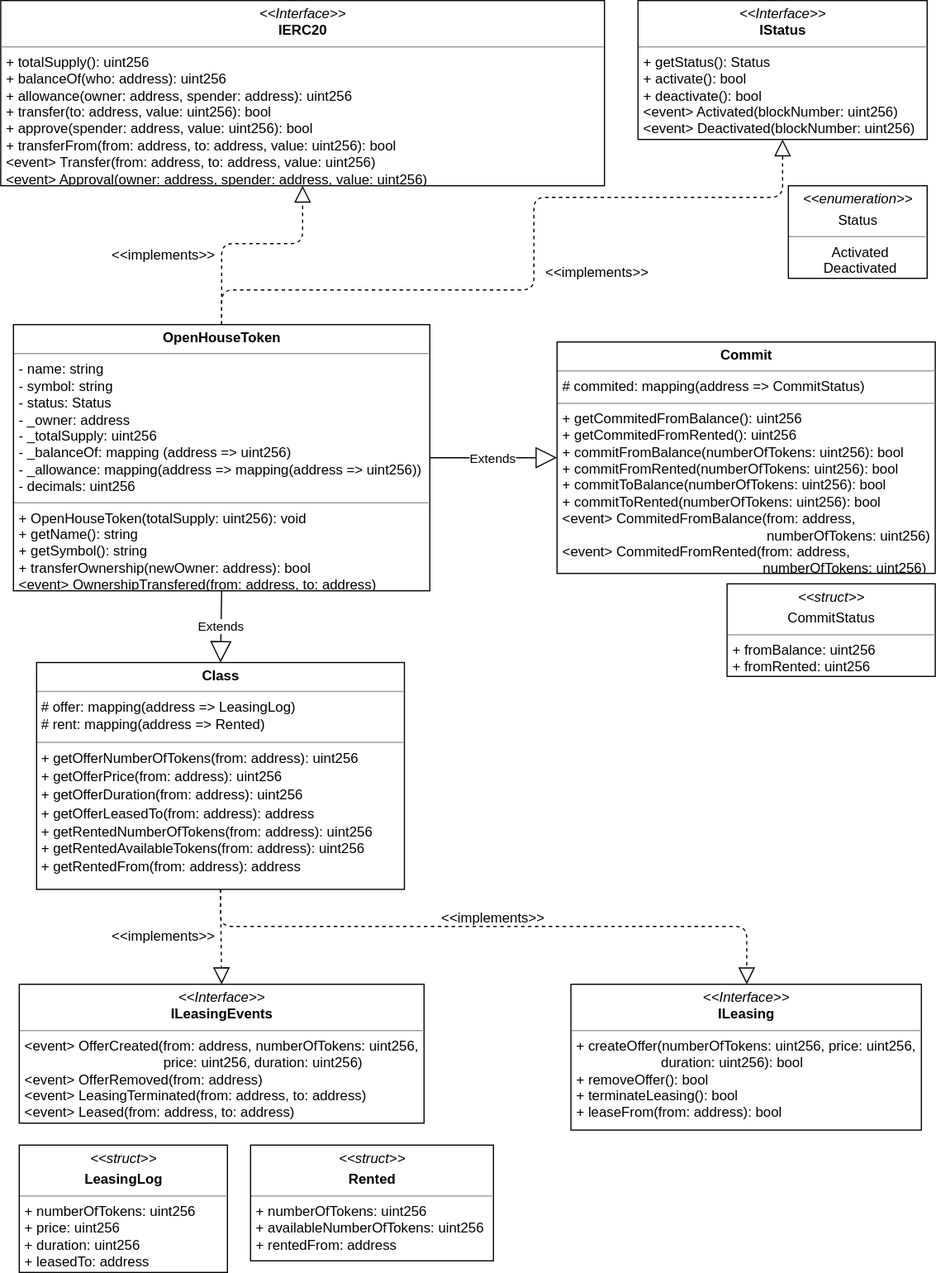
gkamtzir/Ethereum-ICO-Diploma-Thesis keeps this draw.io diagram as uml/OpenHouseToken/OpenHouseToken.svg. Above is the earlier version. Source tidied: cells renumbered, new cells last; positions are measured from the earlier drawing's top-left corner, leaving out a move shared by most shapes.
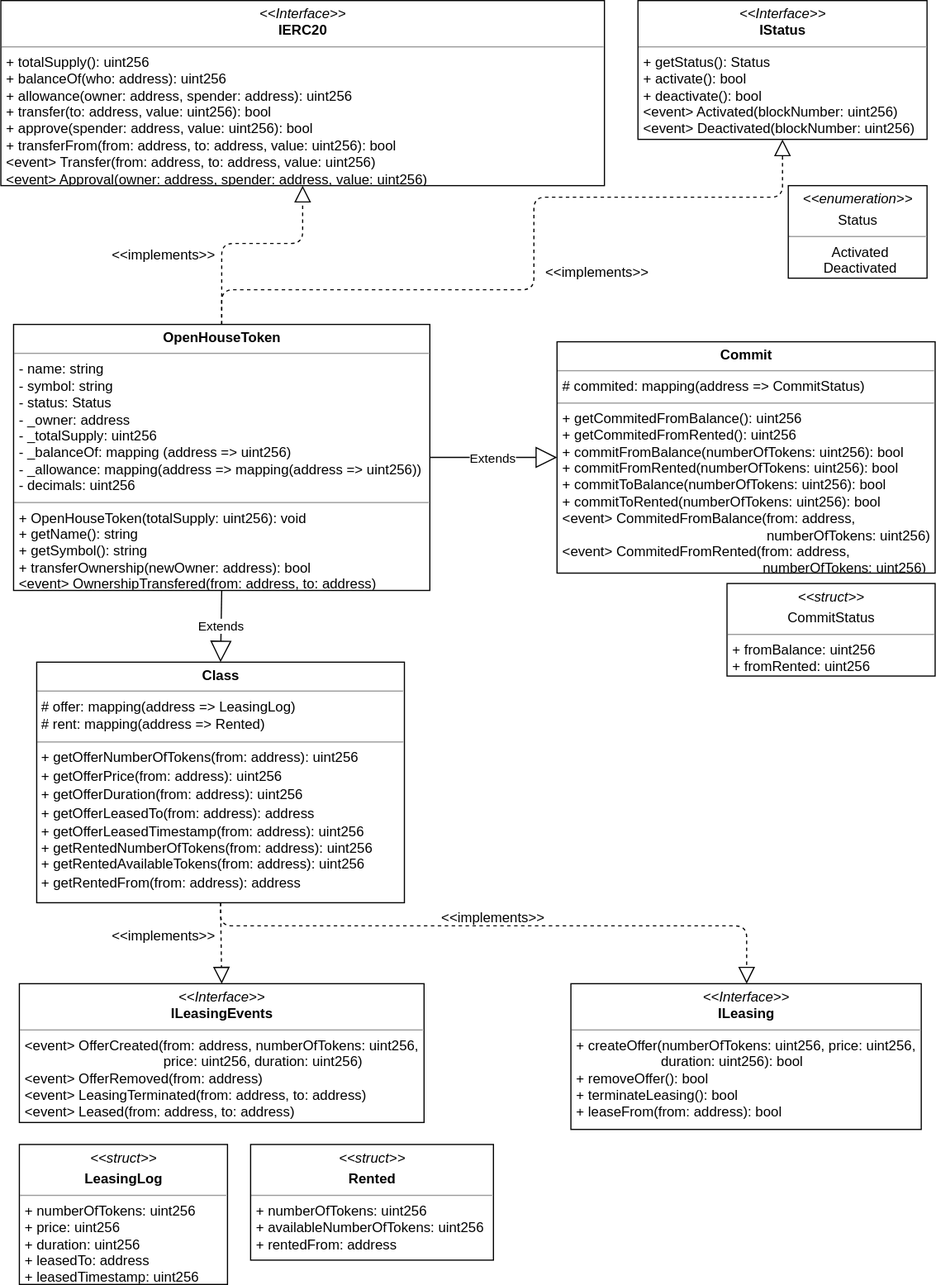
After the commit.

Commit message:
Adjusted the Leasing and LeasingLog class diagrams to the new requirements.

Diff of the diagram source:
```diff
@@ -19,8 +19,8 @@
     <mxCell id="5" value="&lt;&lt;implements&gt;&gt;" style="text;align=center;fontStyle=0;verticalAlign=middle;spacingLeft=3;spacingRight=3;strokeColor=none;" parent="1" vertex="1">
       <mxGeometry x="101" y="207" width="80" height="26" as="geometry" />
     </mxCell>
-    <mxCell id="6" value="&lt;p style=&quot;margin: 0px ; margin-top: 4px ; text-align: center&quot;&gt;&lt;i&gt;&amp;lt;&amp;lt;struct&amp;gt;&amp;gt;&lt;/i&gt;&lt;br&gt;&lt;/p&gt;&lt;p style=&quot;margin: 0px ; margin-top: 4px ; text-align: center&quot;&gt;&lt;b&gt;LeasingLog&lt;/b&gt;&lt;/p&gt;&lt;hr size=&quot;1&quot;&gt;&lt;p style=&quot;margin: 0px ; margin-left: 4px&quot;&gt;+ numberOfTokens: uint256&lt;/p&gt;&lt;p style=&quot;margin: 0px ; margin-left: 4px&quot;&gt;+ price: uint256&lt;/p&gt;&lt;p style=&quot;margin: 0px ; margin-left: 4px&quot;&gt;+ duration: uint256&lt;/p&gt;&lt;p style=&quot;margin: 0px ; margin-left: 4px&quot;&gt;+ leasedTo: address&lt;/p&gt;&lt;p style=&quot;margin: 0px ; margin-left: 4px&quot;&gt;&lt;br&gt;&lt;/p&gt;" style="verticalAlign=top;align=left;overflow=fill;fontSize=12;fontFamily=Helvetica;html=1;" parent="1" vertex="1">
-      <mxGeometry x="16" y="989" width="180" height="110" as="geometry" />
+    <mxCell id="6" value="&lt;p style=&quot;margin: 0px ; margin-top: 4px ; text-align: center&quot;&gt;&lt;i&gt;&amp;lt;&amp;lt;struct&amp;gt;&amp;gt;&lt;/i&gt;&lt;br&gt;&lt;/p&gt;&lt;p style=&quot;margin: 0px ; margin-top: 4px ; text-align: center&quot;&gt;&lt;b&gt;LeasingLog&lt;/b&gt;&lt;/p&gt;&lt;hr size=&quot;1&quot;&gt;&lt;p style=&quot;margin: 0px ; margin-left: 4px&quot;&gt;+ numberOfTokens: uint256&lt;/p&gt;&lt;p style=&quot;margin: 0px ; margin-left: 4px&quot;&gt;+ price: uint256&lt;/p&gt;&lt;p style=&quot;margin: 0px ; margin-left: 4px&quot;&gt;+ duration: uint256&lt;/p&gt;&lt;p style=&quot;margin: 0px ; margin-left: 4px&quot;&gt;+ leasedTo: address&lt;/p&gt;&lt;p style=&quot;margin: 0px ; margin-left: 4px&quot;&gt;+ leasedTimestamp: uint256&lt;/p&gt;&lt;p style=&quot;margin: 0px ; margin-left: 4px&quot;&gt;&lt;br&gt;&lt;/p&gt;" style="verticalAlign=top;align=left;overflow=fill;fontSize=12;fontFamily=Helvetica;html=1;" parent="1" vertex="1">
+      <mxGeometry x="16" y="989" width="180" height="121" as="geometry" />
     </mxCell>
     <mxCell id="7" value="&lt;p style=&quot;margin: 0px ; margin-top: 4px ; text-align: center&quot;&gt;&lt;i&gt;&amp;lt;&amp;lt;Interface&amp;gt;&amp;gt;&lt;/i&gt;&lt;br&gt;&lt;b&gt;ILeasingEvents&lt;/b&gt;&lt;/p&gt;&lt;hr size=&quot;1&quot;&gt;&lt;p style=&quot;margin: 0px ; margin-left: 4px&quot;&gt;&amp;lt;event&amp;gt; OfferCreated(from: address, numberOfTokens: uint256,&lt;/p&gt;&lt;p style=&quot;margin: 0px ; margin-left: 4px&quot;&gt;&amp;nbsp; &amp;nbsp; &amp;nbsp; &amp;nbsp; &amp;nbsp; &amp;nbsp; &amp;nbsp; &amp;nbsp; &amp;nbsp; &amp;nbsp; &amp;nbsp; &amp;nbsp; &amp;nbsp; &amp;nbsp; &amp;nbsp; &amp;nbsp; &amp;nbsp; &amp;nbsp; price: uint256, duration: uint256)&lt;br&gt;&amp;lt;event&amp;gt; OfferRemoved(from: address)&lt;/p&gt;&lt;p style=&quot;margin: 0px ; margin-left: 4px&quot;&gt;&amp;lt;event&amp;gt; LeasingTerminated(from: address, to: address)&lt;/p&gt;&lt;p style=&quot;margin: 0px ; margin-left: 4px&quot;&gt;&amp;lt;event&amp;gt; Leased(from: address, to: address)&lt;/p&gt;" style="verticalAlign=top;align=left;overflow=fill;fontSize=12;fontFamily=Helvetica;html=1;" parent="1" vertex="1">
       <mxGeometry x="16" y="850" width="350" height="120" as="geometry" />
@@ -65,8 +65,8 @@
     <mxCell id="18" value="&lt;&lt;implements&gt;&gt;" style="text;align=center;fontStyle=0;verticalAlign=middle;spacingLeft=3;spacingRight=3;strokeColor=none;" parent="1" vertex="1">
       <mxGeometry x="386" y="780" width="80" height="26" as="geometry" />
     </mxCell>
-    <mxCell id="19" value="&lt;p style=&quot;margin: 0px ; margin-top: 4px ; text-align: center&quot;&gt;&lt;b&gt;Class&lt;/b&gt;&lt;/p&gt;&lt;hr size=&quot;1&quot;&gt;&amp;nbsp;# offer: mapping(address =&amp;gt; LeasingLog)&lt;br&gt;&amp;nbsp;# rent: mapping(address =&amp;gt; Rented)&lt;br&gt;&lt;div style=&quot;height: 2px&quot;&gt;&lt;br&gt;&lt;/div&gt;&lt;hr size=&quot;1&quot;&gt;&lt;div style=&quot;height: 2px&quot;&gt;&amp;nbsp;+ getOfferNumberOfTokens(from: address): uint256&lt;/div&gt;&lt;div style=&quot;height: 2px&quot;&gt;&lt;br&gt;&lt;/div&gt;&lt;div style=&quot;height: 2px&quot;&gt;&lt;br&gt;&lt;/div&gt;&lt;div style=&quot;height: 2px&quot;&gt;&lt;br&gt;&lt;/div&gt;&lt;div style=&quot;height: 2px&quot;&gt;&lt;br&gt;&lt;/div&gt;&lt;div style=&quot;height: 2px&quot;&gt;&lt;br&gt;&lt;/div&gt;&lt;div style=&quot;height: 2px&quot;&gt;&lt;br&gt;&lt;/div&gt;&lt;div style=&quot;height: 2px&quot;&gt;&lt;br&gt;&lt;/div&gt;&lt;div style=&quot;height: 2px&quot;&gt;&amp;nbsp;+ getOfferPrice(from: address): uint256&lt;/div&gt;&lt;div style=&quot;height: 2px&quot;&gt;&lt;br&gt;&lt;/div&gt;&lt;div style=&quot;height: 2px&quot;&gt;&lt;br&gt;&lt;/div&gt;&lt;div style=&quot;height: 2px&quot;&gt;&lt;br&gt;&lt;/div&gt;&lt;div style=&quot;height: 2px&quot;&gt;&lt;br&gt;&lt;/div&gt;&lt;div style=&quot;height: 2px&quot;&gt;&amp;nbsp;&lt;/div&gt;&lt;div style=&quot;height: 2px&quot;&gt;&lt;br&gt;&lt;/div&gt;&lt;div style=&quot;height: 2px&quot;&gt;&lt;br&gt;&lt;/div&gt;&lt;div style=&quot;height: 2px&quot;&gt;&amp;nbsp;+ getOfferDuration(from: address): uint256&lt;/div&gt;&lt;div style=&quot;height: 2px&quot;&gt;&lt;br&gt;&lt;/div&gt;&lt;div style=&quot;height: 2px&quot;&gt;&lt;br&gt;&lt;/div&gt;&lt;div style=&quot;height: 2px&quot;&gt;&lt;br&gt;&lt;/div&gt;&lt;div style=&quot;height: 2px&quot;&gt;&lt;br&gt;&lt;/div&gt;&lt;div style=&quot;height: 2px&quot;&gt;&lt;br&gt;&lt;/div&gt;&lt;div style=&quot;height: 2px&quot;&gt;&amp;nbsp;&lt;/div&gt;&lt;div style=&quot;height: 2px&quot;&gt;&amp;nbsp;&lt;/div&gt;&lt;div style=&quot;height: 2px&quot;&gt;&amp;nbsp;+ getOfferLeasedTo(from: address): address&lt;/div&gt;&lt;div style=&quot;height: 2px&quot;&gt;&lt;br&gt;&lt;/div&gt;&lt;div style=&quot;height: 2px&quot;&gt;&lt;br&gt;&lt;/div&gt;&lt;div style=&quot;height: 2px&quot;&gt;&lt;br&gt;&lt;/div&gt;&lt;div style=&quot;height: 2px&quot;&gt;&lt;br&gt;&lt;/div&gt;&lt;div style=&quot;height: 2px&quot;&gt;&lt;br&gt;&lt;/div&gt;&lt;div style=&quot;height: 2px&quot;&gt;&amp;nbsp;&lt;/div&gt;&lt;div style=&quot;height: 2px&quot;&gt;&amp;nbsp;&lt;/div&gt;&lt;div style=&quot;height: 2px&quot;&gt;&amp;nbsp;+ getRentedNumberOfTokens(from: address): uint256&lt;/div&gt;&lt;div style=&quot;height: 2px&quot;&gt;&lt;br&gt;&lt;/div&gt;&lt;div style=&quot;height: 2px&quot;&gt;&lt;br&gt;&lt;/div&gt;&lt;div style=&quot;height: 2px&quot;&gt;&lt;br&gt;&lt;/div&gt;&lt;div style=&quot;height: 2px&quot;&gt;&lt;br&gt;&lt;/div&gt;&lt;div style=&quot;height: 2px&quot;&gt;&lt;br&gt;&lt;/div&gt;&lt;div style=&quot;height: 2px&quot;&gt;&amp;nbsp;&lt;/div&gt;&lt;div style=&quot;height: 2px&quot;&gt;&amp;nbsp;+ getRentedAvailableTokens(from: address): uint256&lt;/div&gt;&lt;div style=&quot;height: 2px&quot;&gt;&lt;br&gt;&lt;/div&gt;&lt;div style=&quot;height: 2px&quot;&gt;&lt;br&gt;&lt;/div&gt;&lt;div style=&quot;height: 2px&quot;&gt;&lt;br&gt;&lt;/div&gt;&lt;div style=&quot;height: 2px&quot;&gt;&lt;br&gt;&lt;/div&gt;&lt;div style=&quot;height: 2px&quot;&gt;&lt;br&gt;&lt;/div&gt;&lt;div style=&quot;height: 2px&quot;&gt;&lt;br&gt;&lt;/div&gt;&lt;div style=&quot;height: 2px&quot;&gt;&lt;br&gt;&lt;/div&gt;&lt;div style=&quot;height: 2px&quot;&gt;&amp;nbsp;+ getRentedFrom(from: address): address&lt;/div&gt;" style="verticalAlign=top;align=left;overflow=fill;fontSize=12;fontFamily=Helvetica;html=1;" parent="1" vertex="1">
-      <mxGeometry x="31" y="572" width="318" height="196" as="geometry" />
+    <mxCell id="19" value="&lt;p style=&quot;margin: 0px ; margin-top: 4px ; text-align: center&quot;&gt;&lt;b&gt;Class&lt;/b&gt;&lt;/p&gt;&lt;hr size=&quot;1&quot;&gt;&amp;nbsp;# offer: mapping(address =&amp;gt; LeasingLog)&lt;br&gt;&amp;nbsp;# rent: mapping(address =&amp;gt; Rented)&lt;br&gt;&lt;div style=&quot;height: 2px&quot;&gt;&lt;br&gt;&lt;/div&gt;&lt;hr size=&quot;1&quot;&gt;&lt;div style=&quot;height: 2px&quot;&gt;&amp;nbsp;+ getOfferNumberOfTokens(from: address): uint256&lt;/div&gt;&lt;div style=&quot;height: 2px&quot;&gt;&lt;br&gt;&lt;/div&gt;&lt;div style=&quot;height: 2px&quot;&gt;&lt;br&gt;&lt;/div&gt;&lt;div style=&quot;height: 2px&quot;&gt;&lt;br&gt;&lt;/div&gt;&lt;div style=&quot;height: 2px&quot;&gt;&lt;br&gt;&lt;/div&gt;&lt;div style=&quot;height: 2px&quot;&gt;&lt;br&gt;&lt;/div&gt;&lt;div style=&quot;height: 2px&quot;&gt;&lt;br&gt;&lt;/div&gt;&lt;div style=&quot;height: 2px&quot;&gt;&lt;br&gt;&lt;/div&gt;&lt;div style=&quot;height: 2px&quot;&gt;&amp;nbsp;+ getOfferPrice(from: address): uint256&lt;/div&gt;&lt;div style=&quot;height: 2px&quot;&gt;&lt;br&gt;&lt;/div&gt;&lt;div style=&quot;height: 2px&quot;&gt;&lt;br&gt;&lt;/div&gt;&lt;div style=&quot;height: 2px&quot;&gt;&lt;br&gt;&lt;/div&gt;&lt;div style=&quot;height: 2px&quot;&gt;&lt;br&gt;&lt;/div&gt;&lt;div style=&quot;height: 2px&quot;&gt;&amp;nbsp;&lt;/div&gt;&lt;div style=&quot;height: 2px&quot;&gt;&lt;br&gt;&lt;/div&gt;&lt;div style=&quot;height: 2px&quot;&gt;&lt;br&gt;&lt;/div&gt;&lt;div style=&quot;height: 2px&quot;&gt;&amp;nbsp;+ getOfferDuration(from: address): uint256&lt;/div&gt;&lt;div style=&quot;height: 2px&quot;&gt;&lt;br&gt;&lt;/div&gt;&lt;div style=&quot;height: 2px&quot;&gt;&lt;br&gt;&lt;/div&gt;&lt;div style=&quot;height: 2px&quot;&gt;&lt;br&gt;&lt;/div&gt;&lt;div style=&quot;height: 2px&quot;&gt;&lt;br&gt;&lt;/div&gt;&lt;div style=&quot;height: 2px&quot;&gt;&lt;br&gt;&lt;/div&gt;&lt;div style=&quot;height: 2px&quot;&gt;&amp;nbsp;&lt;/div&gt;&lt;div style=&quot;height: 2px&quot;&gt;&amp;nbsp;&lt;/div&gt;&lt;div style=&quot;height: 2px&quot;&gt;&amp;nbsp;+ getOfferLeasedTo(from: address): address&lt;/div&gt;&lt;div style=&quot;height: 2px&quot;&gt;&lt;br&gt;&lt;/div&gt;&lt;div style=&quot;height: 2px&quot;&gt;&lt;br&gt;&lt;/div&gt;&lt;div style=&quot;height: 2px&quot;&gt;&lt;br&gt;&lt;/div&gt;&lt;div style=&quot;height: 2px&quot;&gt;&lt;br&gt;&lt;/div&gt;&lt;div style=&quot;height: 2px&quot;&gt;&lt;br&gt;&lt;/div&gt;&lt;div style=&quot;height: 2px&quot;&gt;&lt;br&gt;&lt;/div&gt;&lt;div style=&quot;height: 2px&quot;&gt;&lt;br&gt;&lt;/div&gt;&lt;div style=&quot;height: 2px&quot;&gt;&amp;nbsp;+ getOfferLeasedTimestamp(from: address): uint256&lt;/div&gt;&lt;div style=&quot;height: 2px&quot;&gt;&lt;br&gt;&lt;/div&gt;&lt;div style=&quot;height: 2px&quot;&gt;&lt;br&gt;&lt;/div&gt;&lt;div style=&quot;height: 2px&quot;&gt;&lt;br&gt;&lt;/div&gt;&lt;div style=&quot;height: 2px&quot;&gt;&lt;br&gt;&lt;/div&gt;&lt;div style=&quot;height: 2px&quot;&gt;&amp;nbsp;&lt;/div&gt;&lt;div style=&quot;height: 2px&quot;&gt;&amp;nbsp;&lt;/div&gt;&lt;div style=&quot;height: 2px&quot;&gt;&amp;nbsp;+ getRentedNumberOfTokens(from: address): uint256&lt;/div&gt;&lt;div style=&quot;height: 2px&quot;&gt;&lt;br&gt;&lt;/div&gt;&lt;div style=&quot;height: 2px&quot;&gt;&lt;br&gt;&lt;/div&gt;&lt;div style=&quot;height: 2px&quot;&gt;&lt;br&gt;&lt;/div&gt;&lt;div style=&quot;height: 2px&quot;&gt;&lt;br&gt;&lt;/div&gt;&lt;div style=&quot;height: 2px&quot;&gt;&lt;br&gt;&lt;/div&gt;&lt;div style=&quot;height: 2px&quot;&gt;&amp;nbsp;&lt;/div&gt;&lt;div style=&quot;height: 2px&quot;&gt;&amp;nbsp;+ getRentedAvailableTokens(from: address): uint256&lt;/div&gt;&lt;div style=&quot;height: 2px&quot;&gt;&lt;br&gt;&lt;/div&gt;&lt;div style=&quot;height: 2px&quot;&gt;&lt;br&gt;&lt;/div&gt;&lt;div style=&quot;height: 2px&quot;&gt;&lt;br&gt;&lt;/div&gt;&lt;div style=&quot;height: 2px&quot;&gt;&lt;br&gt;&lt;/div&gt;&lt;div style=&quot;height: 2px&quot;&gt;&lt;br&gt;&lt;/div&gt;&lt;div style=&quot;height: 2px&quot;&gt;&lt;br&gt;&lt;/div&gt;&lt;div style=&quot;height: 2px&quot;&gt;&lt;br&gt;&lt;/div&gt;&lt;div style=&quot;height: 2px&quot;&gt;&amp;nbsp;+ getRentedFrom(from: address): address&lt;/div&gt;" style="verticalAlign=top;align=left;overflow=fill;fontSize=12;fontFamily=Helvetica;html=1;" parent="1" vertex="1">
+      <mxGeometry x="31" y="572" width="318" height="208" as="geometry" />
     </mxCell>
     <mxCell id="20" value="Extends" style="endArrow=block;endSize=16;endFill=0;html=1;exitX=0.5;exitY=1;exitDx=0;exitDy=0;entryX=0.5;entryY=0;entryDx=0;entryDy=0;" parent="1" edge="1" source="2" target="19">
       <mxGeometry relative="1" as="geometry" />
```
